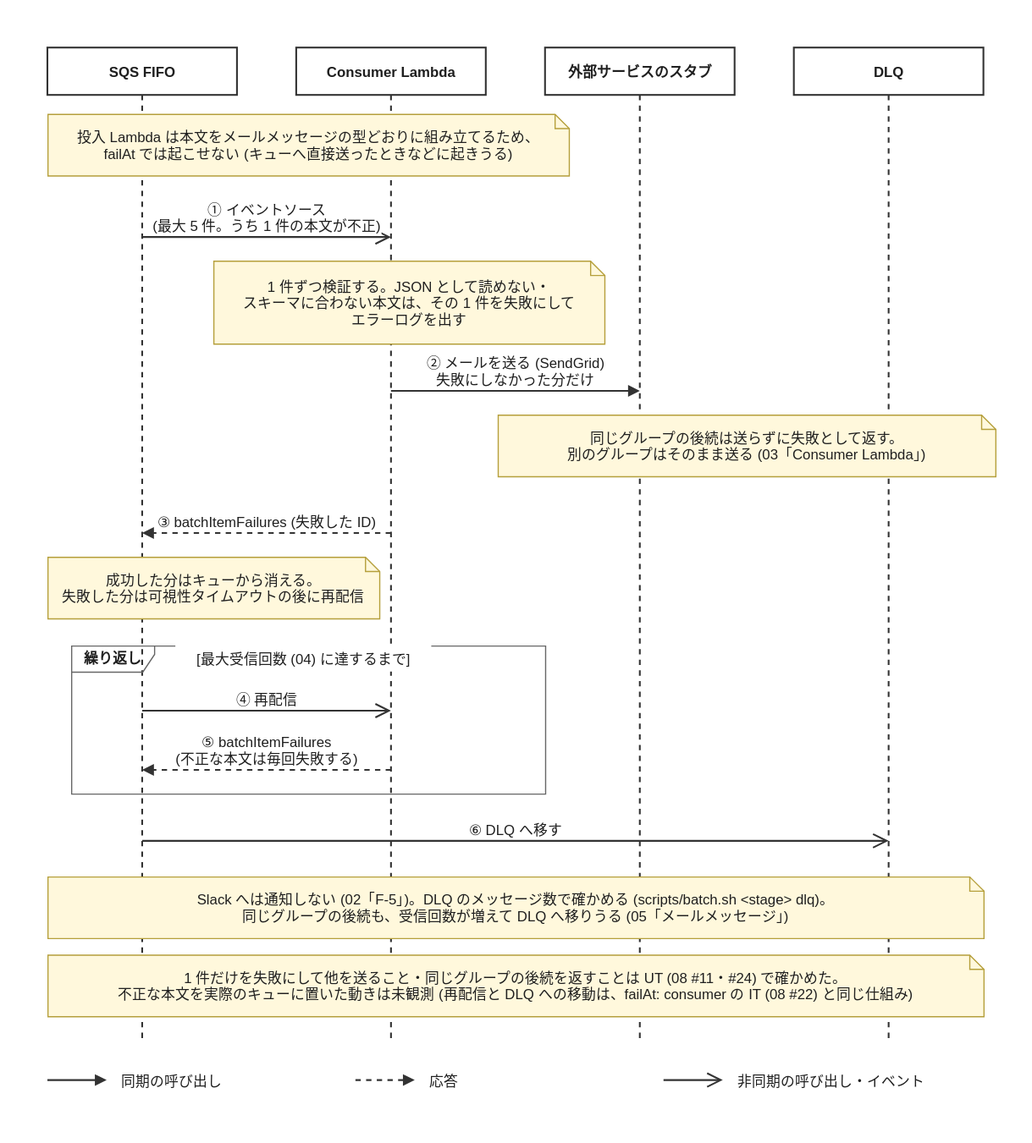
Earlier version of the draw.io export docs/images/sequences/consumer-invalid-body.drawio.svg (kojikawazu/serverless-practice-app). Source tidied: cells renumbered, new cells last; positions are measured from the earlier drawing's top-left corner, leaving out a move shared by most shapes.
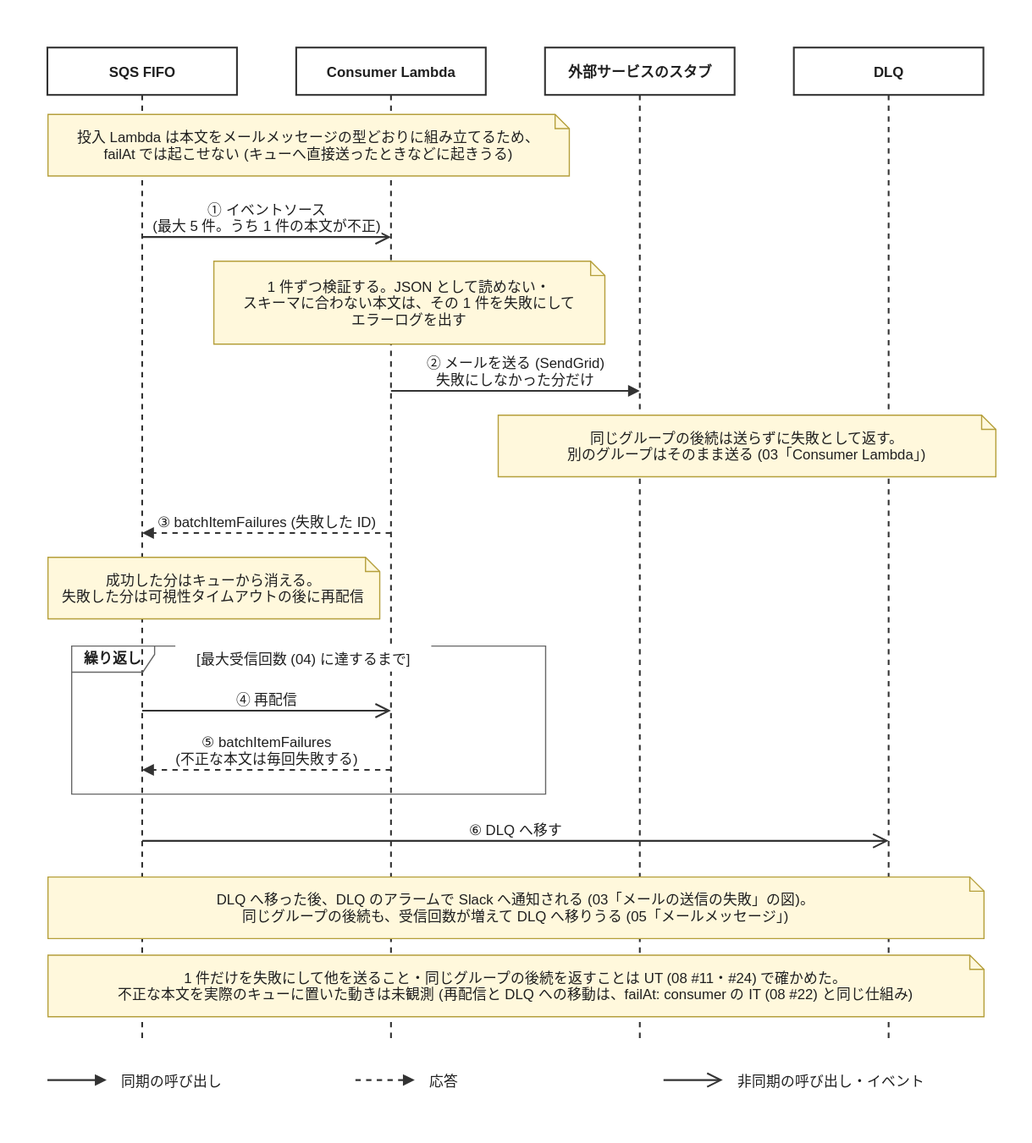
After the commit.

Change to the diagram source:
```diff
@@ -53,7 +53,7 @@
     <mxCell id="18" value="⑥ DLQ へ移す" style="html=0;rounded=0;strokeColor=#333333;strokeWidth=1.5;fontSize=12;fontColor=#1F1F1F;verticalAlign=bottom;labelBackgroundColor=#FFFFFF;endArrow=open;endFill=0;endSize=10;exitX=0.5;exitY=0.7976;exitPerimeter=0;entryX=0.5;entryY=0.7976;entryPerimeter=0;" parent="1" edge="1" source="3" target="6">
       <mxGeometry relative="1" as="geometry" />
     </mxCell>
-    <mxCell id="19" value="Slack へは通知しない (02「F-5」)。DLQ のメッセージ数で確かめる (scripts/batch.sh &lt;stage&gt; dlq)。&#10;同じグループの後続も、受信回数が増えて DLQ へ移りうる (05「メールメッセージ」)" style="shape=note;size=12;html=0;fillColor=#FFF8DC;strokeColor=#B59F3B;strokeWidth=1;fontSize=12;fontColor=#1F1F1F;align=center;verticalAlign=middle;spacingLeft=8;spacingRight=8;" parent="1" vertex="1">
+    <mxCell id="19" value="DLQ へ移った後、DLQ のアラームで Slack へ通知される (03「メールの送信の失敗」の図)。&#10;同じグループの後続も、受信回数が増えて DLQ へ移りうる (05「メールメッセージ」)" style="shape=note;size=12;html=0;fillColor=#FFF8DC;strokeColor=#B59F3B;strokeWidth=1;fontSize=12;fontColor=#1F1F1F;align=center;verticalAlign=middle;spacingLeft=8;spacingRight=8;" parent="1" vertex="1">
       <mxGeometry x="40" y="740" width="790" height="52" as="geometry" />
     </mxCell>
     <mxCell id="20" value="1 件だけを失敗にして他を送ること・同じグループの後続を返すことは UT (08 #11・#24) で確かめた。&#10;不正な本文を実際のキューに置いた動きは未観測 (再配信と DLQ への移動は、failAt: consumer の IT (08 #22) と同じ仕組み)" style="shape=note;size=12;html=0;fillColor=#FFF8DC;strokeColor=#B59F3B;strokeWidth=1;fontSize=12;fontColor=#1F1F1F;align=center;verticalAlign=middle;spacingLeft=8;spacingRight=8;" parent="1" vertex="1">
```
